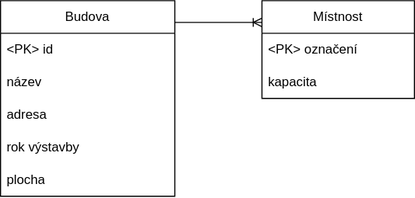
Above: Homework n.1/IUS_Pasportizace.drawio.svg in adstrafe/IUS (draw.io), before the change. Source tidied: cells renumbered, new cells last; positions are measured from the earlier drawing's top-left corner, leaving out a move shared by most shapes. Its diagram source:
```xml
<mxGraphModel>
  <root>
    <mxCell id="0" />
    <mxCell id="1" parent="0" />
    <mxCell id="2" value="Budova" style="swimlane;fontStyle=0;horizontal=1;startSize=30;whiteSpace=wrap;html=1;" parent="1" vertex="1">
      <mxGeometry y="20" width="160" height="180" as="geometry" />
    </mxCell>
    <mxCell id="3" value="&amp;lt;PK&amp;gt; id" style="text;strokeColor=none;fillColor=none;align=left;verticalAlign=middle;spacingLeft=4;spacingRight=4;overflow=hidden;whiteSpace=wrap;html=1;glass=0;" parent="2" vertex="1">
      <mxGeometry y="30" width="160" height="30" as="geometry" />
    </mxCell>
    <mxCell id="4" value="název" style="text;strokeColor=none;fillColor=none;align=left;verticalAlign=middle;spacingLeft=4;spacingRight=4;overflow=hidden;whiteSpace=wrap;html=1;" parent="2" vertex="1">
      <mxGeometry y="60" width="160" height="30" as="geometry" />
    </mxCell>
    <mxCell id="5" value="adresa" style="text;strokeColor=none;fillColor=none;align=left;verticalAlign=middle;spacingLeft=4;spacingRight=4;overflow=hidden;whiteSpace=wrap;html=1;" parent="2" vertex="1">
      <mxGeometry y="90" width="160" height="30" as="geometry" />
    </mxCell>
    <mxCell id="6" value="rok výstavby" style="text;strokeColor=none;fillColor=none;align=left;verticalAlign=middle;spacingLeft=4;spacingRight=4;overflow=hidden;whiteSpace=wrap;html=1;" parent="2" vertex="1">
      <mxGeometry y="120" width="160" height="30" as="geometry" />
    </mxCell>
    <mxCell id="7" value="plocha" style="text;strokeColor=none;fillColor=none;align=left;verticalAlign=middle;spacingLeft=4;spacingRight=4;overflow=hidden;whiteSpace=wrap;html=1;" parent="2" vertex="1">
      <mxGeometry y="150" width="160" height="30" as="geometry" />
    </mxCell>
    <mxCell id="8" value="Místnost" style="swimlane;fontStyle=0;horizontal=1;startSize=30;whiteSpace=wrap;html=1;" parent="1" vertex="1">
      <mxGeometry x="240" y="20" width="140" height="90" as="geometry" />
    </mxCell>
    <mxCell id="9" value="&amp;lt;PK&amp;gt; označení" style="text;strokeColor=none;fillColor=none;align=left;verticalAlign=middle;spacingLeft=4;spacingRight=4;overflow=hidden;whiteSpace=wrap;html=1;" parent="8" vertex="1">
      <mxGeometry y="30" width="140" height="30" as="geometry" />
    </mxCell>
    <mxCell id="10" value="kapacita" style="text;strokeColor=none;fillColor=none;align=left;verticalAlign=middle;spacingLeft=4;spacingRight=4;overflow=hidden;whiteSpace=wrap;html=1;" parent="8" vertex="1">
      <mxGeometry y="60" width="140" height="30" as="geometry" />
    </mxCell>
    <mxCell id="11" style="edgeStyle=entityRelationEdgeStyle;fontSize=12;html=1;endArrow=ERoneToMany;rounded=0;exitX=1;exitY=0.111;exitDx=0;exitDy=0;exitPerimeter=0;" parent="1" edge="1" source="2">
      <mxGeometry relative="1" as="geometry">
        <mxPoint x="240" y="40" as="targetPoint" />
        <Array as="points">
          <mxPoint x="250" />
          <mxPoint x="310" y="40" />
        </Array>
      </mxGeometry>
    </mxCell>
  </root>
</mxGraphModel>
```
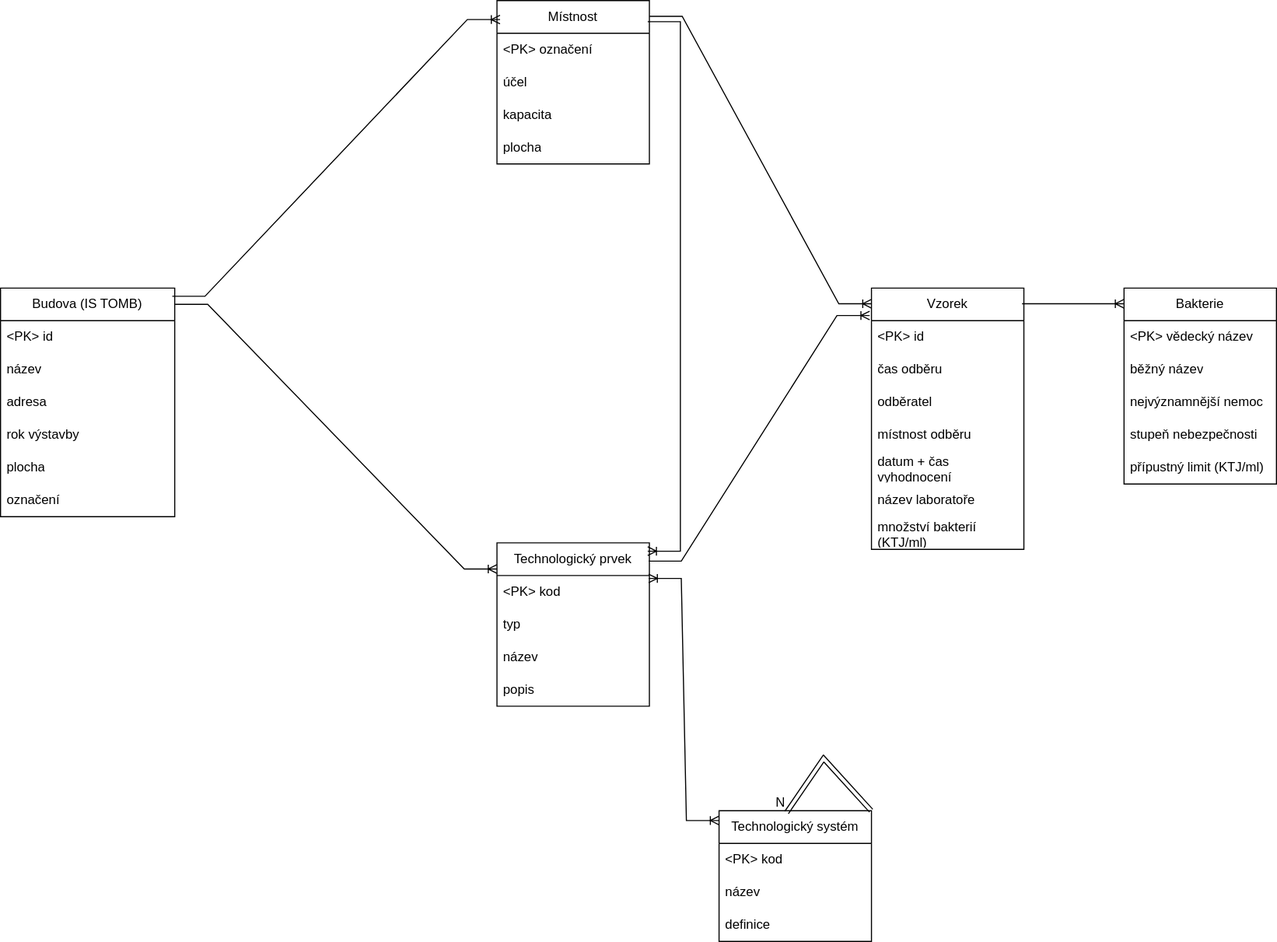
Later version of the same file.

The edit, as a diff of the source:
```diff
@@ -2,8 +2,8 @@
   <root>
     <mxCell id="0" />
     <mxCell id="1" parent="0" />
-    <mxCell id="2" value="Budova" style="swimlane;fontStyle=0;horizontal=1;startSize=30;whiteSpace=wrap;html=1;" parent="1" vertex="1">
-      <mxGeometry y="20" width="160" height="180" as="geometry" />
+    <mxCell id="2" value="Budova (IS TOMB)" style="swimlane;fontStyle=0;horizontal=1;startSize=30;whiteSpace=wrap;html=1;" parent="1" vertex="1">
+      <mxGeometry x="80" y="28" width="160" height="210" as="geometry" />
     </mxCell>
     <mxCell id="3" value="&amp;lt;PK&amp;gt; id" style="text;strokeColor=none;fillColor=none;align=left;verticalAlign=middle;spacingLeft=4;spacingRight=4;overflow=hidden;whiteSpace=wrap;html=1;glass=0;" parent="2" vertex="1">
       <mxGeometry y="30" width="160" height="30" as="geometry" />
@@ -20,23 +20,134 @@
     <mxCell id="7" value="plocha" style="text;strokeColor=none;fillColor=none;align=left;verticalAlign=middle;spacingLeft=4;spacingRight=4;overflow=hidden;whiteSpace=wrap;html=1;" parent="2" vertex="1">
       <mxGeometry y="150" width="160" height="30" as="geometry" />
     </mxCell>
+    <mxCell id="12" value="označení" style="text;strokeColor=none;fillColor=none;align=left;verticalAlign=middle;spacingLeft=4;spacingRight=4;overflow=hidden;whiteSpace=wrap;html=1;" parent="2" vertex="1">
+      <mxGeometry y="180" width="160" height="30" as="geometry" />
+    </mxCell>
     <mxCell id="8" value="Místnost" style="swimlane;fontStyle=0;horizontal=1;startSize=30;whiteSpace=wrap;html=1;" parent="1" vertex="1">
-      <mxGeometry x="240" y="20" width="140" height="90" as="geometry" />
+      <mxGeometry x="536" y="-236" width="140" height="150" as="geometry" />
     </mxCell>
     <mxCell id="9" value="&amp;lt;PK&amp;gt; označení" style="text;strokeColor=none;fillColor=none;align=left;verticalAlign=middle;spacingLeft=4;spacingRight=4;overflow=hidden;whiteSpace=wrap;html=1;" parent="8" vertex="1">
       <mxGeometry y="30" width="140" height="30" as="geometry" />
     </mxCell>
+    <mxCell id="13" value="účel" style="text;strokeColor=none;fillColor=none;align=left;verticalAlign=middle;spacingLeft=4;spacingRight=4;overflow=hidden;whiteSpace=wrap;html=1;" parent="8" vertex="1">
+      <mxGeometry y="60" width="140" height="30" as="geometry" />
+    </mxCell>
     <mxCell id="10" value="kapacita" style="text;strokeColor=none;fillColor=none;align=left;verticalAlign=middle;spacingLeft=4;spacingRight=4;overflow=hidden;whiteSpace=wrap;html=1;" parent="8" vertex="1">
-      <mxGeometry y="60" width="140" height="30" as="geometry" />
+      <mxGeometry y="90" width="140" height="30" as="geometry" />
     </mxCell>
+    <mxCell id="14" value="plocha" style="text;strokeColor=none;fillColor=none;align=left;verticalAlign=middle;spacingLeft=4;spacingRight=4;overflow=hidden;whiteSpace=wrap;html=1;" parent="8" vertex="1">
+      <mxGeometry y="120" width="140" height="30" as="geometry" />
+    </mxCell>
-    <mxCell id="11" style="edgeStyle=entityRelationEdgeStyle;fontSize=12;html=1;endArrow=ERoneToMany;rounded=0;exitX=1;exitY=0.111;exitDx=0;exitDy=0;exitPerimeter=0;" parent="1" edge="1" source="2">
+    <mxCell id="11" style="edgeStyle=entityRelationEdgeStyle;fontSize=12;html=1;endArrow=ERoneToMany;rounded=0;exitX=0.986;exitY=0.036;exitDx=0;exitDy=0;exitPerimeter=0;entryX=0.02;entryY=0.116;entryDx=0;entryDy=0;entryPerimeter=0;" parent="1" edge="1" source="2" target="8">
       <mxGeometry relative="1" as="geometry">
-        <mxPoint x="240" y="40" as="targetPoint" />
         <Array as="points">
-          <mxPoint x="250" />
-          <mxPoint x="310" y="40" />
+          <mxPoint x="445" y="130" />
+          <mxPoint x="505" y="170" />
+          <mxPoint x="440" y="170" />
+          <mxPoint x="420" y="180" />
         </Array>
       </mxGeometry>
     </mxCell>
+    <mxCell id="15" value="Technologický prvek" style="swimlane;fontStyle=0;horizontal=1;startSize=30;whiteSpace=wrap;html=1;" parent="1" vertex="1">
+      <mxGeometry x="536" y="262" width="140" height="150" as="geometry" />
+    </mxCell>
+    <mxCell id="16" value="&amp;lt;PK&amp;gt; kod" style="text;strokeColor=none;fillColor=none;align=left;verticalAlign=middle;spacingLeft=4;spacingRight=4;overflow=hidden;points=[[0,0.5],[1,0.5]];portConstraint=eastwest;whiteSpace=wrap;html=1;" parent="15" vertex="1">
+      <mxGeometry y="30" width="140" height="30" as="geometry" />
+    </mxCell>
+    <mxCell id="17" value="typ" style="text;strokeColor=none;fillColor=none;align=left;verticalAlign=middle;spacingLeft=4;spacingRight=4;overflow=hidden;whiteSpace=wrap;html=1;" parent="15" vertex="1">
+      <mxGeometry y="60" width="140" height="30" as="geometry" />
+    </mxCell>
+    <mxCell id="18" value="název" style="text;strokeColor=none;fillColor=none;align=left;verticalAlign=middle;spacingLeft=4;spacingRight=4;overflow=hidden;whiteSpace=wrap;html=1;" parent="15" vertex="1">
+      <mxGeometry y="90" width="140" height="30" as="geometry" />
+    </mxCell>
+    <mxCell id="19" value="popis" style="text;strokeColor=none;fillColor=none;align=left;verticalAlign=middle;spacingLeft=4;spacingRight=4;overflow=hidden;whiteSpace=wrap;html=1;" parent="15" vertex="1">
+      <mxGeometry y="120" width="140" height="30" as="geometry" />
+    </mxCell>
+    <mxCell id="20" value="Technologický systém" style="swimlane;fontStyle=0;horizontal=1;startSize=30;whiteSpace=wrap;html=1;" parent="1" vertex="1">
+      <mxGeometry x="740" y="508" width="140" height="120" as="geometry" />
+    </mxCell>
+    <mxCell id="21" value="&amp;lt;PK&amp;gt; kod" style="text;strokeColor=none;fillColor=none;align=left;verticalAlign=middle;spacingLeft=4;spacingRight=4;overflow=hidden;whiteSpace=wrap;html=1;" parent="20" vertex="1">
+      <mxGeometry y="30" width="140" height="30" as="geometry" />
+    </mxCell>
+    <mxCell id="22" value="název" style="text;strokeColor=none;fillColor=none;align=left;verticalAlign=middle;spacingLeft=4;spacingRight=4;overflow=hidden;whiteSpace=wrap;html=1;" parent="20" vertex="1">
+      <mxGeometry y="60" width="140" height="30" as="geometry" />
+    </mxCell>
+    <mxCell id="23" value="definice" style="text;strokeColor=none;fillColor=none;align=left;verticalAlign=middle;spacingLeft=4;spacingRight=4;overflow=hidden;whiteSpace=wrap;html=1;" parent="20" vertex="1">
+      <mxGeometry y="90" width="140" height="30" as="geometry" />
+    </mxCell>
+    <mxCell id="24" value="Vzorek" style="swimlane;fontStyle=0;horizontal=1;startSize=30;whiteSpace=wrap;html=1;" parent="1" vertex="1">
+      <mxGeometry x="880" y="28" width="140" height="240" as="geometry" />
+    </mxCell>
+    <mxCell id="25" value="&amp;lt;PK&amp;gt; id" style="text;strokeColor=none;fillColor=none;align=left;verticalAlign=middle;spacingLeft=4;spacingRight=4;overflow=hidden;whiteSpace=wrap;html=1;" parent="24" vertex="1">
+      <mxGeometry y="30" width="140" height="30" as="geometry" />
+    </mxCell>
+    <mxCell id="26" value="čas odběru" style="text;strokeColor=none;fillColor=none;align=left;verticalAlign=middle;spacingLeft=4;spacingRight=4;overflow=hidden;whiteSpace=wrap;html=1;" parent="24" vertex="1">
+      <mxGeometry y="60" width="140" height="30" as="geometry" />
+    </mxCell>
+    <mxCell id="27" value="odběratel" style="text;strokeColor=none;fillColor=none;align=left;verticalAlign=middle;spacingLeft=4;spacingRight=4;overflow=hidden;whiteSpace=wrap;html=1;" parent="24" vertex="1">
+      <mxGeometry y="90" width="140" height="30" as="geometry" />
+    </mxCell>
+    <mxCell id="28" value="místnost odběru" style="text;strokeColor=none;fillColor=none;align=left;verticalAlign=middle;spacingLeft=4;spacingRight=4;overflow=hidden;whiteSpace=wrap;html=1;" parent="24" vertex="1">
+      <mxGeometry y="120" width="140" height="30" as="geometry" />
+    </mxCell>
+    <mxCell id="29" value="datum + čas vyhodnocení" style="text;strokeColor=none;fillColor=none;align=left;verticalAlign=middle;spacingLeft=4;spacingRight=4;overflow=hidden;whiteSpace=wrap;html=1;" parent="24" vertex="1">
+      <mxGeometry y="150" width="140" height="30" as="geometry" />
+    </mxCell>
+    <mxCell id="30" value="název laboratoře" style="text;strokeColor=none;fillColor=none;align=left;verticalAlign=middle;spacingLeft=4;spacingRight=4;overflow=hidden;whiteSpace=wrap;html=1;" parent="24" vertex="1">
+      <mxGeometry y="180" width="140" height="30" as="geometry" />
+    </mxCell>
+    <mxCell id="31" value="množství bakterií (KTJ/ml)" style="text;strokeColor=none;fillColor=none;align=left;verticalAlign=middle;spacingLeft=4;spacingRight=4;overflow=hidden;whiteSpace=wrap;html=1;" parent="24" vertex="1">
+      <mxGeometry y="210" width="140" height="30" as="geometry" />
+    </mxCell>
+    <mxCell id="32" value="Bakterie" style="swimlane;fontStyle=0;horizontal=1;startSize=30;whiteSpace=wrap;html=1;" parent="1" vertex="1">
+      <mxGeometry x="1112" y="28" width="140" height="180" as="geometry" />
+    </mxCell>
+    <mxCell id="33" value="&amp;lt;PK&amp;gt; vědecký název" style="text;strokeColor=none;fillColor=none;align=left;verticalAlign=middle;spacingLeft=4;spacingRight=4;overflow=hidden;whiteSpace=wrap;html=1;" parent="32" vertex="1">
+      <mxGeometry y="30" width="140" height="30" as="geometry" />
+    </mxCell>
+    <mxCell id="34" value="běžný název" style="text;strokeColor=none;fillColor=none;align=left;verticalAlign=middle;spacingLeft=4;spacingRight=4;overflow=hidden;whiteSpace=wrap;html=1;" parent="32" vertex="1">
+      <mxGeometry y="60" width="140" height="30" as="geometry" />
+    </mxCell>
+    <mxCell id="35" value="nejvýznamnější nemoc" style="text;strokeColor=none;fillColor=none;align=left;verticalAlign=middle;spacingLeft=4;spacingRight=4;overflow=hidden;whiteSpace=wrap;html=1;" parent="32" vertex="1">
+      <mxGeometry y="90" width="140" height="30" as="geometry" />
+    </mxCell>
+    <mxCell id="36" value="stupeň nebezpečnosti" style="text;strokeColor=none;fillColor=none;align=left;verticalAlign=middle;spacingLeft=4;spacingRight=4;overflow=hidden;whiteSpace=wrap;html=1;" parent="32" vertex="1">
+      <mxGeometry y="120" width="140" height="30" as="geometry" />
+    </mxCell>
+    <mxCell id="37" value="přípustný limit (KTJ/ml)" style="text;strokeColor=none;fillColor=none;align=left;verticalAlign=middle;spacingLeft=4;spacingRight=4;overflow=hidden;whiteSpace=wrap;html=1;" parent="32" vertex="1">
+      <mxGeometry y="150" width="140" height="30" as="geometry" />
+    </mxCell>
+    <mxCell id="38" style="edgeStyle=entityRelationEdgeStyle;fontSize=12;html=1;endArrow=ERoneToMany;rounded=0;exitX=1.002;exitY=0.071;exitDx=0;exitDy=0;exitPerimeter=0;entryX=0;entryY=0.16;entryDx=0;entryDy=0;entryPerimeter=0;" parent="1" edge="1" source="2" target="15">
+      <mxGeometry relative="1" as="geometry" />
+    </mxCell>
+    <mxCell id="39" style="edgeStyle=entityRelationEdgeStyle;fontSize=12;html=1;endArrow=ERoneToMany;startArrow=ERoneToMany;rounded=0;exitX=0.995;exitY=0.089;exitDx=0;exitDy=0;exitPerimeter=0;entryX=0;entryY=0.075;entryDx=0;entryDy=0;entryPerimeter=0;" parent="1" edge="1" source="16" target="20">
+      <mxGeometry relative="1" as="geometry" />
+    </mxCell>
+    <mxCell id="40" style="shape=link;html=1;rounded=0;exitX=0.998;exitY=0;exitDx=0;exitDy=0;exitPerimeter=0;entryX=0.443;entryY=0.014;entryDx=0;entryDy=0;entryPerimeter=0;" parent="1" edge="1" source="20" target="20">
+      <mxGeometry relative="1" as="geometry">
+        <Array as="points">
+          <mxPoint x="836" y="460" />
+        </Array>
+      </mxGeometry>
+    </mxCell>
+    <mxCell id="41" value="N" style="html=1;whiteSpace=wrap;align=right;verticalAlign=bottom;" parent="40" vertex="1">
+      <mxGeometry x="1" relative="1" as="geometry" />
+    </mxCell>
+    <mxCell id="42" style="edgeStyle=entityRelationEdgeStyle;fontSize=12;html=1;endArrow=ERoneToMany;rounded=0;exitX=1.001;exitY=0.096;exitDx=0;exitDy=0;exitPerimeter=0;entryX=0;entryY=0.06;entryDx=0;entryDy=0;entryPerimeter=0;" parent="1" edge="1" source="8" target="24">
+      <mxGeometry relative="1" as="geometry" />
+    </mxCell>
+    <mxCell id="43" style="edgeStyle=entityRelationEdgeStyle;fontSize=12;html=1;endArrow=none;rounded=0;endFill=0;startArrow=ERoneToMany;startFill=0;exitX=0.989;exitY=0.051;exitDx=0;exitDy=0;exitPerimeter=0;entryX=0.989;entryY=0.129;entryDx=0;entryDy=0;entryPerimeter=0;" parent="1" edge="1" source="15" target="8">
+      <mxGeometry relative="1" as="geometry" />
+    </mxCell>
+    <mxCell id="44" style="edgeStyle=entityRelationEdgeStyle;fontSize=12;html=1;endArrow=ERoneToMany;rounded=0;exitX=0.995;exitY=0.112;exitDx=0;exitDy=0;exitPerimeter=0;entryX=-0.012;entryY=0.105;entryDx=0;entryDy=0;entryPerimeter=0;" parent="1" edge="1" source="15" target="24">
+      <mxGeometry relative="1" as="geometry">
+        <Array as="points">
+          <mxPoint x="764" y="148" />
+        </Array>
+      </mxGeometry>
+    </mxCell>
+    <mxCell id="45" style="edgeStyle=entityRelationEdgeStyle;fontSize=12;html=1;endArrow=ERoneToMany;rounded=0;exitX=0.988;exitY=0.06;exitDx=0;exitDy=0;exitPerimeter=0;entryX=0;entryY=0.08;entryDx=0;entryDy=0;entryPerimeter=0;" parent="1" edge="1" source="24" target="32">
+      <mxGeometry relative="1" as="geometry" />
+    </mxCell>
   </root>
 </mxGraphModel>
```
